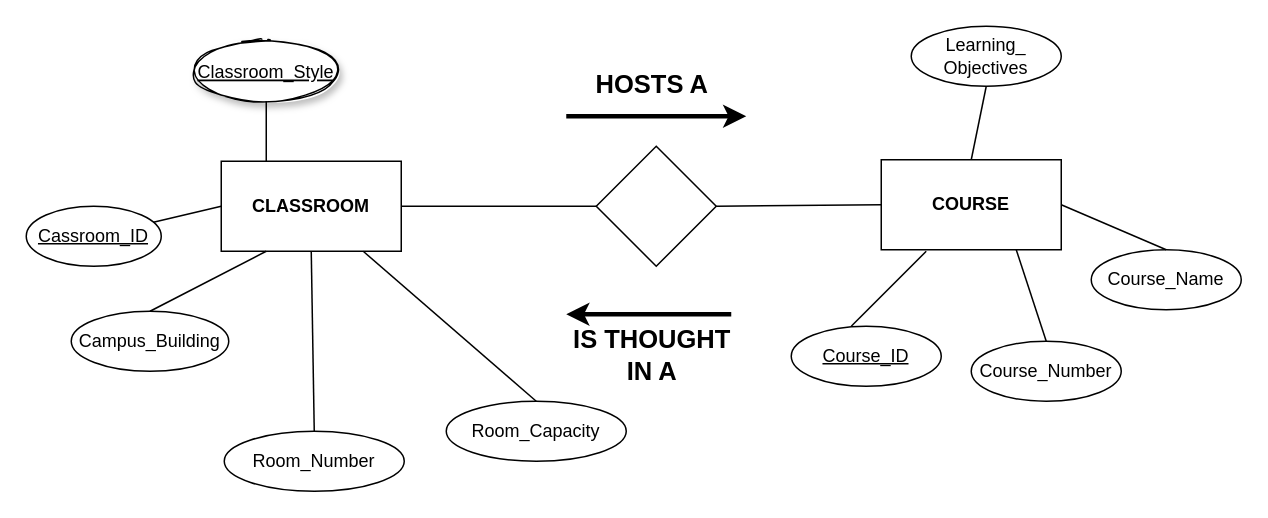
Before: class_assesment.drawio in felipediaz/school, a draw.io diagram. Source tidied: cells renumbered, new cells numbered last; positions are measured from the earlier drawing's top-left corner, leaving out a move shared by most shapes. Both pictures are drawn from the tidied source at 150%, with x=0, y=0 at pixel (26, 26).
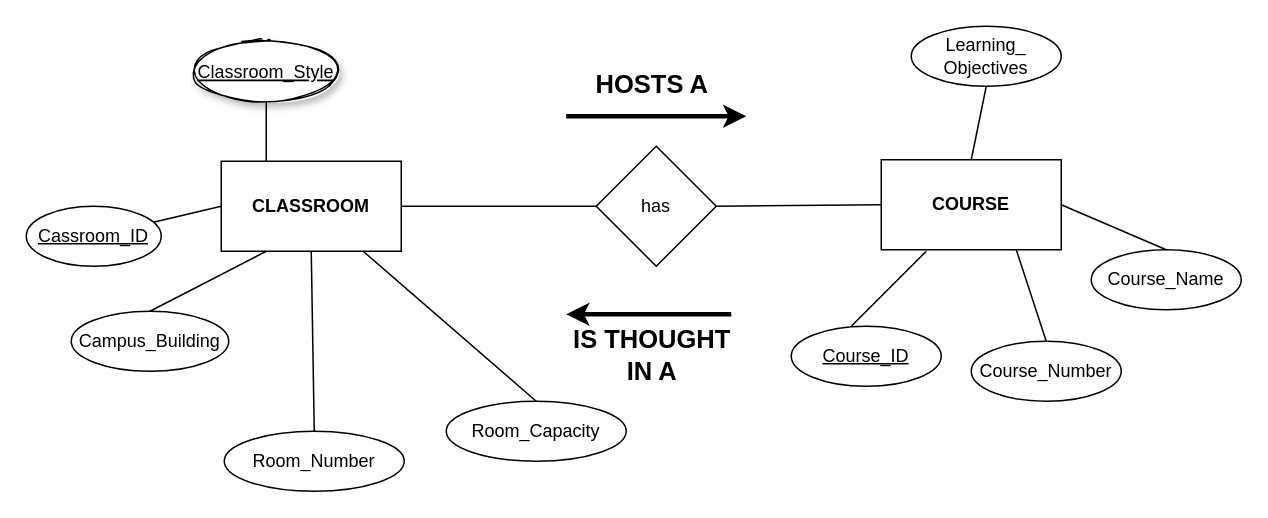
The same diagram, later.

The edit, as a diff of the source:
```diff
@@
-    <mxCell id="14" style="rhombus;whiteSpace=wrap;html=1;" parent="1" vertex="1">
+    <mxCell id="14" value="has" style="rhombus;whiteSpace=wrap;html=1;" parent="1" vertex="1">
       <mxGeometry x="380" y="80" width="80" height="80" as="geometry" />
     </mxCell>
```
